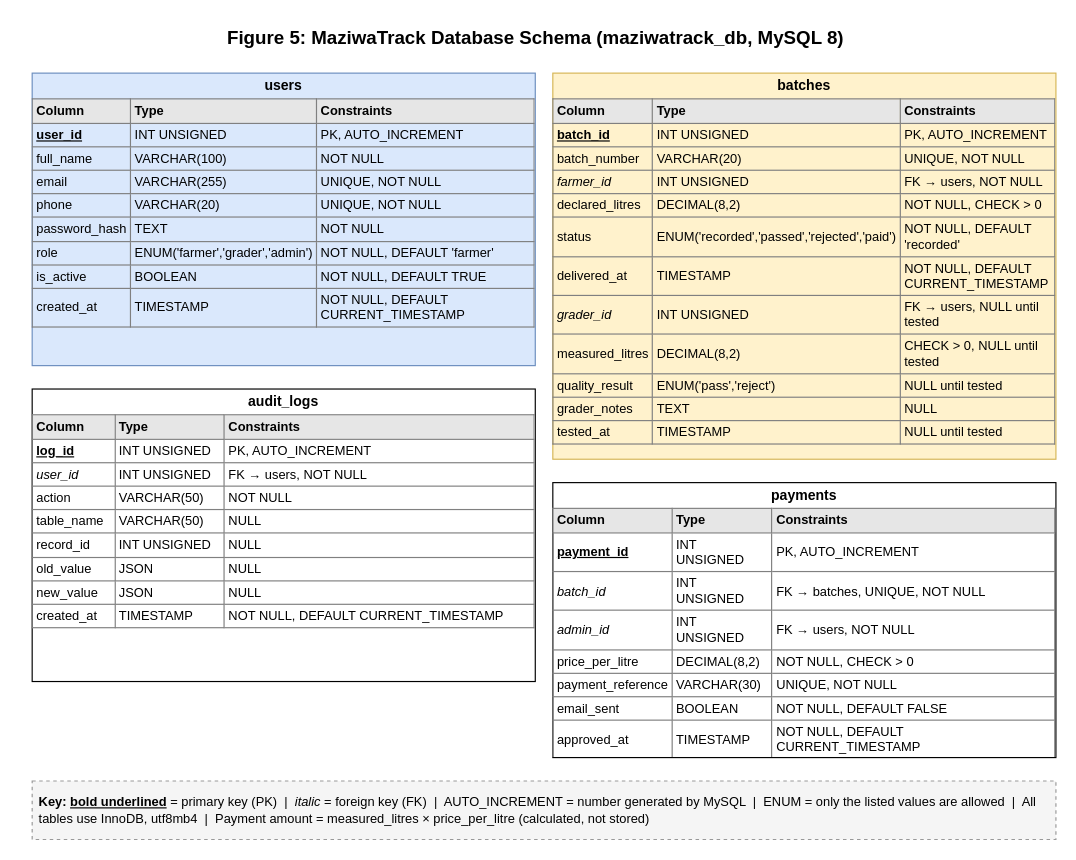
The draw.io diagram Diagrams/DB_Schema.drawio in Cs-Star-Korir/Maziwa_Track_IS, before the edit. Source tidied: cells renumbered, new cells numbered last; positions are measured from the earlier drawing's top-left corner, leaving out a move shared by most shapes. Both pictures are drawn from the tidied source at 117%, with x=0, y=0 at pixel (32, 20).
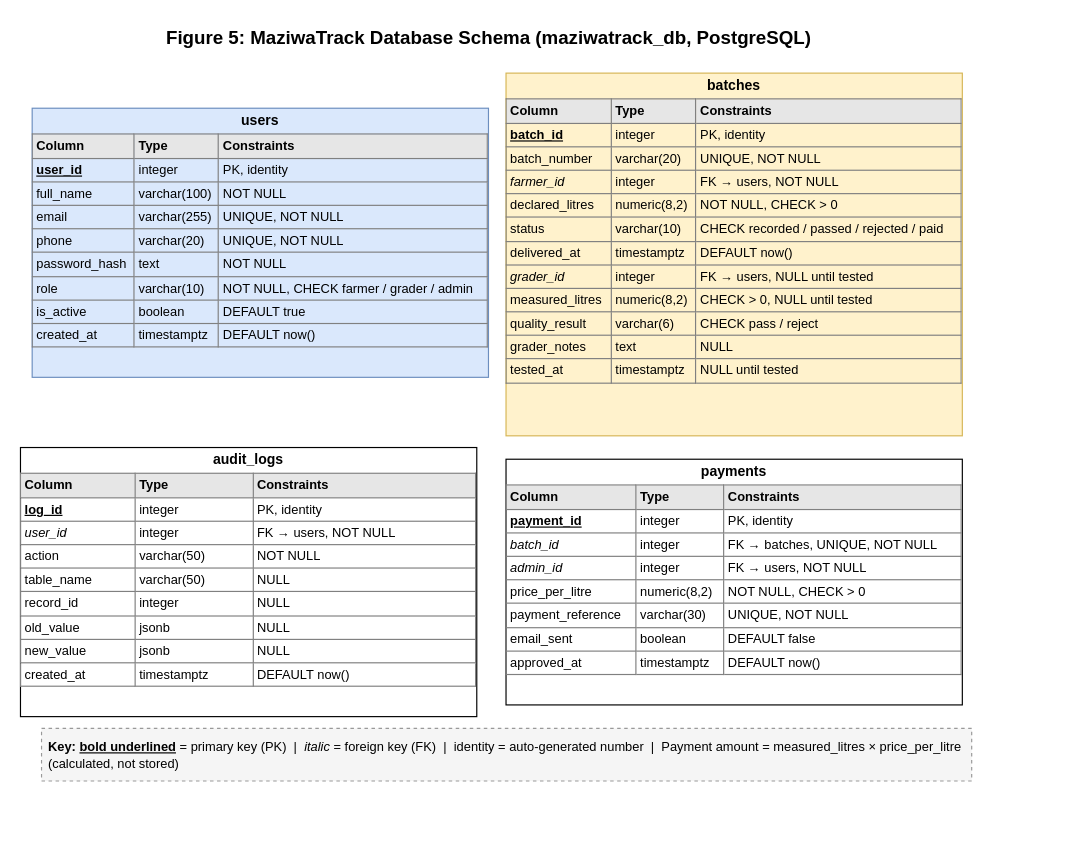
The same diagram, later.

Diff of the diagram source:
```diff
@@
 <mxGraphModel>
   <root>
     <mxCell id="0" />
     <mxCell id="1" parent="0" />
-    <mxCell id="2" style="group;" parent="1" vertex="1">
-      <mxGeometry width="875" height="700" as="geometry" />
-    </mxCell>
-    <mxCell id="3" value="Figure 5: MaziwaTrack Database Schema (maziwatrack_db, MySQL 8)" style="text;html=1;align=center;verticalAlign=middle;fontSize=16;fontStyle=1;" parent="2" vertex="1">
-      <mxGeometry x="110" width="640" height="30" as="geometry" />
+    <mxCell id="3" value="Figure 5: MaziwaTrack Database Schema (maziwatrack_db, PostgreSQL)" style="text;html=1;align=center;verticalAlign=middle;fontSize=16;fontStyle=1;" parent="1" vertex="1">
+      <mxGeometry x="80" width="620" height="30" as="geometry" />
     </mxCell>
-    <mxCell id="4" value="&lt;p style='margin:4px;text-align:center'&gt;&lt;b&gt;users&lt;/b&gt;&lt;/p&gt;&lt;table border='1' cellpadding='3' style='border-collapse:collapse;width:100%;font-size:11px'&gt;&lt;tr style='background:#e6e6e6'&gt;&lt;th align='left'&gt;Column&lt;/th&gt;&lt;th align='left'&gt;Type&lt;/th&gt;&lt;th align='left'&gt;Constraints&lt;/th&gt;&lt;/tr&gt;&lt;tr&gt;&lt;td&gt;&lt;b&gt;&lt;u&gt;user_id&lt;/u&gt;&lt;/b&gt;&lt;/td&gt;&lt;td&gt;INT UNSIGNED&lt;/td&gt;&lt;td&gt;PK, AUTO_INCREMENT&lt;/td&gt;&lt;/tr&gt;&lt;tr&gt;&lt;td&gt;full_name&lt;/td&gt;&lt;td&gt;VARCHAR(100)&lt;/td&gt;&lt;td&gt;NOT NULL&lt;/td&gt;&lt;/tr&gt;&lt;tr&gt;&lt;td&gt;email&lt;/td&gt;&lt;td&gt;VARCHAR(255)&lt;/td&gt;&lt;td&gt;UNIQUE, NOT NULL&lt;/td&gt;&lt;/tr&gt;&lt;tr&gt;&lt;td&gt;phone&lt;/td&gt;&lt;td&gt;VARCHAR(20)&lt;/td&gt;&lt;td&gt;UNIQUE, NOT NULL&lt;/td&gt;&lt;/tr&gt;&lt;tr&gt;&lt;td&gt;password_hash&lt;/td&gt;&lt;td&gt;TEXT&lt;/td&gt;&lt;td&gt;NOT NULL&lt;/td&gt;&lt;/tr&gt;&lt;tr&gt;&lt;td&gt;role&lt;/td&gt;&lt;td&gt;ENUM('farmer','grader','admin')&lt;/td&gt;&lt;td&gt;NOT NULL, DEFAULT 'farmer'&lt;/td&gt;&lt;/tr&gt;&lt;tr&gt;&lt;td&gt;is_active&lt;/td&gt;&lt;td&gt;BOOLEAN&lt;/td&gt;&lt;td&gt;NOT NULL, DEFAULT TRUE&lt;/td&gt;&lt;/tr&gt;&lt;tr&gt;&lt;td&gt;created_at&lt;/td&gt;&lt;td&gt;TIMESTAMP&lt;/td&gt;&lt;td&gt;NOT NULL, DEFAULT CURRENT_TIMESTAMP&lt;/td&gt;&lt;/tr&gt;&lt;/table&gt;" style="verticalAlign=top;align=left;overflow=fill;html=1;whiteSpace=wrap;fillColor=#dae8fc;strokeColor=#6c8ebf;" parent="2" vertex="1">
-      <mxGeometry y="45" width="430" height="250" as="geometry" />
+    <mxCell id="4" value="&lt;p style='margin:4px;text-align:center'&gt;&lt;b&gt;users&lt;/b&gt;&lt;/p&gt;&lt;table border='1' cellpadding='3' style='border-collapse:collapse;width:100%;font-size:11px'&gt;&lt;tr style='background:#e6e6e6'&gt;&lt;th align='left'&gt;Column&lt;/th&gt;&lt;th align='left'&gt;Type&lt;/th&gt;&lt;th align='left'&gt;Constraints&lt;/th&gt;&lt;/tr&gt;&lt;tr&gt;&lt;td&gt;&lt;b&gt;&lt;u&gt;user_id&lt;/u&gt;&lt;/b&gt;&lt;/td&gt;&lt;td&gt;integer&lt;/td&gt;&lt;td&gt;PK, identity&lt;/td&gt;&lt;/tr&gt;&lt;tr&gt;&lt;td&gt;full_name&lt;/td&gt;&lt;td&gt;varchar(100)&lt;/td&gt;&lt;td&gt;NOT NULL&lt;/td&gt;&lt;/tr&gt;&lt;tr&gt;&lt;td&gt;email&lt;/td&gt;&lt;td&gt;varchar(255)&lt;/td&gt;&lt;td&gt;UNIQUE, NOT NULL&lt;/td&gt;&lt;/tr&gt;&lt;tr&gt;&lt;td&gt;phone&lt;/td&gt;&lt;td&gt;varchar(20)&lt;/td&gt;&lt;td&gt;UNIQUE, NOT NULL&lt;/td&gt;&lt;/tr&gt;&lt;tr&gt;&lt;td&gt;password_hash&lt;/td&gt;&lt;td&gt;text&lt;/td&gt;&lt;td&gt;NOT NULL&lt;/td&gt;&lt;/tr&gt;&lt;tr&gt;&lt;td&gt;role&lt;/td&gt;&lt;td&gt;varchar(10)&lt;/td&gt;&lt;td&gt;NOT NULL, CHECK farmer / grader / admin&lt;/td&gt;&lt;/tr&gt;&lt;tr&gt;&lt;td&gt;is_active&lt;/td&gt;&lt;td&gt;boolean&lt;/td&gt;&lt;td&gt;DEFAULT true&lt;/td&gt;&lt;/tr&gt;&lt;tr&gt;&lt;td&gt;created_at&lt;/td&gt;&lt;td&gt;timestamptz&lt;/td&gt;&lt;td&gt;DEFAULT now()&lt;/td&gt;&lt;/tr&gt;&lt;/table&gt;" style="verticalAlign=top;align=left;overflow=fill;html=1;whiteSpace=wrap;fillColor=#dae8fc;strokeColor=#6c8ebf;" parent="1" vertex="1">
+      <mxGeometry y="75" width="390" height="230" as="geometry" />
     </mxCell>
-    <mxCell id="5" value="&lt;p style='margin:4px;text-align:center'&gt;&lt;b&gt;batches&lt;/b&gt;&lt;/p&gt;&lt;table border='1' cellpadding='3' style='border-collapse:collapse;width:100%;font-size:11px'&gt;&lt;tr style='background:#e6e6e6'&gt;&lt;th align='left'&gt;Column&lt;/th&gt;&lt;th align='left'&gt;Type&lt;/th&gt;&lt;th align='left'&gt;Constraints&lt;/th&gt;&lt;/tr&gt;&lt;tr&gt;&lt;td&gt;&lt;b&gt;&lt;u&gt;batch_id&lt;/u&gt;&lt;/b&gt;&lt;/td&gt;&lt;td&gt;INT UNSIGNED&lt;/td&gt;&lt;td&gt;PK, AUTO_INCREMENT&lt;/td&gt;&lt;/tr&gt;&lt;tr&gt;&lt;td&gt;batch_number&lt;/td&gt;&lt;td&gt;VARCHAR(20)&lt;/td&gt;&lt;td&gt;UNIQUE, NOT NULL&lt;/td&gt;&lt;/tr&gt;&lt;tr&gt;&lt;td&gt;&lt;i&gt;farmer_id&lt;/i&gt;&lt;/td&gt;&lt;td&gt;INT UNSIGNED&lt;/td&gt;&lt;td&gt;FK → users, NOT NULL&lt;/td&gt;&lt;/tr&gt;&lt;tr&gt;&lt;td&gt;declared_litres&lt;/td&gt;&lt;td&gt;DECIMAL(8,2)&lt;/td&gt;&lt;td&gt;NOT NULL, CHECK &amp;gt; 0&lt;/td&gt;&lt;/tr&gt;&lt;tr&gt;&lt;td&gt;status&lt;/td&gt;&lt;td&gt;ENUM('recorded','passed','rejected','paid')&lt;/td&gt;&lt;td&gt;NOT NULL, DEFAULT 'recorded'&lt;/td&gt;&lt;/tr&gt;&lt;tr&gt;&lt;td&gt;delivered_at&lt;/td&gt;&lt;td&gt;TIMESTAMP&lt;/td&gt;&lt;td&gt;NOT NULL, DEFAULT CURRENT_TIMESTAMP&lt;/td&gt;&lt;/tr&gt;&lt;tr&gt;&lt;td&gt;&lt;i&gt;grader_id&lt;/i&gt;&lt;/td&gt;&lt;td&gt;INT UNSIGNED&lt;/td&gt;&lt;td&gt;FK → users, NULL until tested&lt;/td&gt;&lt;/tr&gt;&lt;tr&gt;&lt;td&gt;measured_litres&lt;/td&gt;&lt;td&gt;DECIMAL(8,2)&lt;/td&gt;&lt;td&gt;CHECK &amp;gt; 0, NULL until tested&lt;/td&gt;&lt;/tr&gt;&lt;tr&gt;&lt;td&gt;quality_result&lt;/td&gt;&lt;td&gt;ENUM('pass','reject')&lt;/td&gt;&lt;td&gt;NULL until tested&lt;/td&gt;&lt;/tr&gt;&lt;tr&gt;&lt;td&gt;grader_notes&lt;/td&gt;&lt;td&gt;TEXT&lt;/td&gt;&lt;td&gt;NULL&lt;/td&gt;&lt;/tr&gt;&lt;tr&gt;&lt;td&gt;tested_at&lt;/td&gt;&lt;td&gt;TIMESTAMP&lt;/td&gt;&lt;td&gt;NULL until tested&lt;/td&gt;&lt;/tr&gt;&lt;/table&gt;" style="verticalAlign=top;align=left;overflow=fill;html=1;whiteSpace=wrap;fillColor=#fff2cc;strokeColor=#d6b656;" parent="2" vertex="1">
-      <mxGeometry x="445" y="45" width="430" height="330" as="geometry" />
+    <mxCell id="5" value="&lt;p style='margin:4px;text-align:center'&gt;&lt;b&gt;batches&lt;/b&gt;&lt;/p&gt;&lt;table border='1' cellpadding='3' style='border-collapse:collapse;width:100%;font-size:11px'&gt;&lt;tr style='background:#e6e6e6'&gt;&lt;th align='left'&gt;Column&lt;/th&gt;&lt;th align='left'&gt;Type&lt;/th&gt;&lt;th align='left'&gt;Constraints&lt;/th&gt;&lt;/tr&gt;&lt;tr&gt;&lt;td&gt;&lt;b&gt;&lt;u&gt;batch_id&lt;/u&gt;&lt;/b&gt;&lt;/td&gt;&lt;td&gt;integer&lt;/td&gt;&lt;td&gt;PK, identity&lt;/td&gt;&lt;/tr&gt;&lt;tr&gt;&lt;td&gt;batch_number&lt;/td&gt;&lt;td&gt;varchar(20)&lt;/td&gt;&lt;td&gt;UNIQUE, NOT NULL&lt;/td&gt;&lt;/tr&gt;&lt;tr&gt;&lt;td&gt;&lt;i&gt;farmer_id&lt;/i&gt;&lt;/td&gt;&lt;td&gt;integer&lt;/td&gt;&lt;td&gt;FK → users, NOT NULL&lt;/td&gt;&lt;/tr&gt;&lt;tr&gt;&lt;td&gt;declared_litres&lt;/td&gt;&lt;td&gt;numeric(8,2)&lt;/td&gt;&lt;td&gt;NOT NULL, CHECK &amp;gt; 0&lt;/td&gt;&lt;/tr&gt;&lt;tr&gt;&lt;td&gt;status&lt;/td&gt;&lt;td&gt;varchar(10)&lt;/td&gt;&lt;td&gt;CHECK recorded / passed / rejected / paid&lt;/td&gt;&lt;/tr&gt;&lt;tr&gt;&lt;td&gt;delivered_at&lt;/td&gt;&lt;td&gt;timestamptz&lt;/td&gt;&lt;td&gt;DEFAULT now()&lt;/td&gt;&lt;/tr&gt;&lt;tr&gt;&lt;td&gt;&lt;i&gt;grader_id&lt;/i&gt;&lt;/td&gt;&lt;td&gt;integer&lt;/td&gt;&lt;td&gt;FK → users, NULL until tested&lt;/td&gt;&lt;/tr&gt;&lt;tr&gt;&lt;td&gt;measured_litres&lt;/td&gt;&lt;td&gt;numeric(8,2)&lt;/td&gt;&lt;td&gt;CHECK &amp;gt; 0, NULL until tested&lt;/td&gt;&lt;/tr&gt;&lt;tr&gt;&lt;td&gt;quality_result&lt;/td&gt;&lt;td&gt;varchar(6)&lt;/td&gt;&lt;td&gt;CHECK pass / reject&lt;/td&gt;&lt;/tr&gt;&lt;tr&gt;&lt;td&gt;grader_notes&lt;/td&gt;&lt;td&gt;text&lt;/td&gt;&lt;td&gt;NULL&lt;/td&gt;&lt;/tr&gt;&lt;tr&gt;&lt;td&gt;tested_at&lt;/td&gt;&lt;td&gt;timestamptz&lt;/td&gt;&lt;td&gt;NULL until tested&lt;/td&gt;&lt;/tr&gt;&lt;/table&gt;" style="verticalAlign=top;align=left;overflow=fill;html=1;whiteSpace=wrap;fillColor=#fff2cc;strokeColor=#d6b656;" parent="1" vertex="1">
+      <mxGeometry x="405" y="45" width="390" height="310" as="geometry" />
     </mxCell>
-    <mxCell id="6" value="&lt;p style='margin:4px;text-align:center'&gt;&lt;b&gt;audit_logs&lt;/b&gt;&lt;/p&gt;&lt;table border='1' cellpadding='3' style='border-collapse:collapse;width:100%;font-size:11px'&gt;&lt;tr style='background:#e6e6e6'&gt;&lt;th align='left'&gt;Column&lt;/th&gt;&lt;th align='left'&gt;Type&lt;/th&gt;&lt;th align='left'&gt;Constraints&lt;/th&gt;&lt;/tr&gt;&lt;tr&gt;&lt;td&gt;&lt;b&gt;&lt;u&gt;log_id&lt;/u&gt;&lt;/b&gt;&lt;/td&gt;&lt;td&gt;INT UNSIGNED&lt;/td&gt;&lt;td&gt;PK, AUTO_INCREMENT&lt;/td&gt;&lt;/tr&gt;&lt;tr&gt;&lt;td&gt;&lt;i&gt;user_id&lt;/i&gt;&lt;/td&gt;&lt;td&gt;INT UNSIGNED&lt;/td&gt;&lt;td&gt;FK → users, NOT NULL&lt;/td&gt;&lt;/tr&gt;&lt;tr&gt;&lt;td&gt;action&lt;/td&gt;&lt;td&gt;VARCHAR(50)&lt;/td&gt;&lt;td&gt;NOT NULL&lt;/td&gt;&lt;/tr&gt;&lt;tr&gt;&lt;td&gt;table_name&lt;/td&gt;&lt;td&gt;VARCHAR(50)&lt;/td&gt;&lt;td&gt;NULL&lt;/td&gt;&lt;/tr&gt;&lt;tr&gt;&lt;td&gt;record_id&lt;/td&gt;&lt;td&gt;INT UNSIGNED&lt;/td&gt;&lt;td&gt;NULL&lt;/td&gt;&lt;/tr&gt;&lt;tr&gt;&lt;td&gt;old_value&lt;/td&gt;&lt;td&gt;JSON&lt;/td&gt;&lt;td&gt;NULL&lt;/td&gt;&lt;/tr&gt;&lt;tr&gt;&lt;td&gt;new_value&lt;/td&gt;&lt;td&gt;JSON&lt;/td&gt;&lt;td&gt;NULL&lt;/td&gt;&lt;/tr&gt;&lt;tr&gt;&lt;td&gt;created_at&lt;/td&gt;&lt;td&gt;TIMESTAMP&lt;/td&gt;&lt;td&gt;NOT NULL, DEFAULT CURRENT_TIMESTAMP&lt;/td&gt;&lt;/tr&gt;&lt;/table&gt;" style="verticalAlign=top;align=left;overflow=fill;html=1;whiteSpace=wrap;" parent="2" vertex="1">
-      <mxGeometry y="315" width="430" height="250" as="geometry" />
-    </mxCell>
+    <mxCell id="9" value="&lt;p style='margin:4px;text-align:center'&gt;&lt;b&gt;audit_logs&lt;/b&gt;&lt;/p&gt;&lt;table border='1' cellpadding='3' style='border-collapse:collapse;width:100%;font-size:11px'&gt;&lt;tr style='background:#e6e6e6'&gt;&lt;th align='left'&gt;Column&lt;/th&gt;&lt;th align='left'&gt;Type&lt;/th&gt;&lt;th align='left'&gt;Constraints&lt;/th&gt;&lt;/tr&gt;&lt;tr&gt;&lt;td&gt;&lt;b&gt;&lt;u&gt;log_id&lt;/u&gt;&lt;/b&gt;&lt;/td&gt;&lt;td&gt;integer&lt;/td&gt;&lt;td&gt;PK, identity&lt;/td&gt;&lt;/tr&gt;&lt;tr&gt;&lt;td&gt;&lt;i&gt;user_id&lt;/i&gt;&lt;/td&gt;&lt;td&gt;integer&lt;/td&gt;&lt;td&gt;FK → users, NOT NULL&lt;/td&gt;&lt;/tr&gt;&lt;tr&gt;&lt;td&gt;action&lt;/td&gt;&lt;td&gt;varchar(50)&lt;/td&gt;&lt;td&gt;NOT NULL&lt;/td&gt;&lt;/tr&gt;&lt;tr&gt;&lt;td&gt;table_name&lt;/td&gt;&lt;td&gt;varchar(50)&lt;/td&gt;&lt;td&gt;NULL&lt;/td&gt;&lt;/tr&gt;&lt;tr&gt;&lt;td&gt;record_id&lt;/td&gt;&lt;td&gt;integer&lt;/td&gt;&lt;td&gt;NULL&lt;/td&gt;&lt;/tr&gt;&lt;tr&gt;&lt;td&gt;old_value&lt;/td&gt;&lt;td&gt;jsonb&lt;/td&gt;&lt;td&gt;NULL&lt;/td&gt;&lt;/tr&gt;&lt;tr&gt;&lt;td&gt;new_value&lt;/td&gt;&lt;td&gt;jsonb&lt;/td&gt;&lt;td&gt;NULL&lt;/td&gt;&lt;/tr&gt;&lt;tr&gt;&lt;td&gt;created_at&lt;/td&gt;&lt;td&gt;timestamptz&lt;/td&gt;&lt;td&gt;DEFAULT now()&lt;/td&gt;&lt;/tr&gt;&lt;/table&gt;" style="verticalAlign=top;align=left;overflow=fill;html=1;whiteSpace=wrap;" parent="1" vertex="1">
+      <mxGeometry x="-10" y="365" width="390" height="230" as="geometry" />
+    </mxCell>
-    <mxCell id="7" value="&lt;p style='margin:4px;text-align:center'&gt;&lt;b&gt;payments&lt;/b&gt;&lt;/p&gt;&lt;table border='1' cellpadding='3' style='border-collapse:collapse;width:100%;font-size:11px'&gt;&lt;tr style='background:#e6e6e6'&gt;&lt;th align='left'&gt;Column&lt;/th&gt;&lt;th align='left'&gt;Type&lt;/th&gt;&lt;th align='left'&gt;Constraints&lt;/th&gt;&lt;/tr&gt;&lt;tr&gt;&lt;td&gt;&lt;b&gt;&lt;u&gt;payment_id&lt;/u&gt;&lt;/b&gt;&lt;/td&gt;&lt;td&gt;INT UNSIGNED&lt;/td&gt;&lt;td&gt;PK, AUTO_INCREMENT&lt;/td&gt;&lt;/tr&gt;&lt;tr&gt;&lt;td&gt;&lt;i&gt;batch_id&lt;/i&gt;&lt;/td&gt;&lt;td&gt;INT UNSIGNED&lt;/td&gt;&lt;td&gt;FK → batches, UNIQUE, NOT NULL&lt;/td&gt;&lt;/tr&gt;&lt;tr&gt;&lt;td&gt;&lt;i&gt;admin_id&lt;/i&gt;&lt;/td&gt;&lt;td&gt;INT UNSIGNED&lt;/td&gt;&lt;td&gt;FK → users, NOT NULL&lt;/td&gt;&lt;/tr&gt;&lt;tr&gt;&lt;td&gt;price_per_litre&lt;/td&gt;&lt;td&gt;DECIMAL(8,2)&lt;/td&gt;&lt;td&gt;NOT NULL, CHECK &amp;gt; 0&lt;/td&gt;&lt;/tr&gt;&lt;tr&gt;&lt;td&gt;payment_reference&lt;/td&gt;&lt;td&gt;VARCHAR(30)&lt;/td&gt;&lt;td&gt;UNIQUE, NOT NULL&lt;/td&gt;&lt;/tr&gt;&lt;tr&gt;&lt;td&gt;email_sent&lt;/td&gt;&lt;td&gt;BOOLEAN&lt;/td&gt;&lt;td&gt;NOT NULL, DEFAULT FALSE&lt;/td&gt;&lt;/tr&gt;&lt;tr&gt;&lt;td&gt;approved_at&lt;/td&gt;&lt;td&gt;TIMESTAMP&lt;/td&gt;&lt;td&gt;NOT NULL, DEFAULT CURRENT_TIMESTAMP&lt;/td&gt;&lt;/tr&gt;&lt;/table&gt;" style="verticalAlign=top;align=left;overflow=fill;html=1;whiteSpace=wrap;" parent="2" vertex="1">
-      <mxGeometry x="445" y="395" width="430" height="235" as="geometry" />
+    <mxCell id="7" value="&lt;p style='margin:4px;text-align:center'&gt;&lt;b&gt;payments&lt;/b&gt;&lt;/p&gt;&lt;table border='1' cellpadding='3' style='border-collapse:collapse;width:100%;font-size:11px'&gt;&lt;tr style='background:#e6e6e6'&gt;&lt;th align='left'&gt;Column&lt;/th&gt;&lt;th align='left'&gt;Type&lt;/th&gt;&lt;th align='left'&gt;Constraints&lt;/th&gt;&lt;/tr&gt;&lt;tr&gt;&lt;td&gt;&lt;b&gt;&lt;u&gt;payment_id&lt;/u&gt;&lt;/b&gt;&lt;/td&gt;&lt;td&gt;integer&lt;/td&gt;&lt;td&gt;PK, identity&lt;/td&gt;&lt;/tr&gt;&lt;tr&gt;&lt;td&gt;&lt;i&gt;batch_id&lt;/i&gt;&lt;/td&gt;&lt;td&gt;integer&lt;/td&gt;&lt;td&gt;FK → batches, UNIQUE, NOT NULL&lt;/td&gt;&lt;/tr&gt;&lt;tr&gt;&lt;td&gt;&lt;i&gt;admin_id&lt;/i&gt;&lt;/td&gt;&lt;td&gt;integer&lt;/td&gt;&lt;td&gt;FK → users, NOT NULL&lt;/td&gt;&lt;/tr&gt;&lt;tr&gt;&lt;td&gt;price_per_litre&lt;/td&gt;&lt;td&gt;numeric(8,2)&lt;/td&gt;&lt;td&gt;NOT NULL, CHECK &amp;gt; 0&lt;/td&gt;&lt;/tr&gt;&lt;tr&gt;&lt;td&gt;payment_reference&lt;/td&gt;&lt;td&gt;varchar(30)&lt;/td&gt;&lt;td&gt;UNIQUE, NOT NULL&lt;/td&gt;&lt;/tr&gt;&lt;tr&gt;&lt;td&gt;email_sent&lt;/td&gt;&lt;td&gt;boolean&lt;/td&gt;&lt;td&gt;DEFAULT false&lt;/td&gt;&lt;/tr&gt;&lt;tr&gt;&lt;td&gt;approved_at&lt;/td&gt;&lt;td&gt;timestamptz&lt;/td&gt;&lt;td&gt;DEFAULT now()&lt;/td&gt;&lt;/tr&gt;&lt;/table&gt;" style="verticalAlign=top;align=left;overflow=fill;html=1;whiteSpace=wrap;" parent="1" vertex="1">
+      <mxGeometry x="405" y="375" width="390" height="210" as="geometry" />
     </mxCell>
-    <mxCell id="8" value="&lt;b&gt;Key:&lt;/b&gt; &lt;b&gt;&lt;u&gt;bold underlined&lt;/u&gt;&lt;/b&gt; = primary key (PK) &amp;nbsp;|&amp;nbsp; &lt;i&gt;italic&lt;/i&gt; = foreign key (FK) &amp;nbsp;|&amp;nbsp; AUTO_INCREMENT = number generated by MySQL &amp;nbsp;|&amp;nbsp; ENUM = only the listed values are allowed &amp;nbsp;|&amp;nbsp; All tables use InnoDB, utf8mb4 &amp;nbsp;|&amp;nbsp; Payment amount = measured_litres × price_per_litre (calculated, not stored)" style="text;html=1;align=left;verticalAlign=middle;whiteSpace=wrap;fontSize=11;fillColor=#f5f5f5;strokeColor=#999999;dashed=1;spacing=6;" parent="2" vertex="1">
-      <mxGeometry y="650" width="875" height="50" as="geometry" />
+    <mxCell id="8" value="&lt;b&gt;Key:&lt;/b&gt; &lt;b&gt;&lt;u&gt;bold underlined&lt;/u&gt;&lt;/b&gt; = primary key (PK) &amp;nbsp;|&amp;nbsp; &lt;i&gt;italic&lt;/i&gt; = foreign key (FK) &amp;nbsp;|&amp;nbsp; identity = auto-generated number &amp;nbsp;|&amp;nbsp; Payment amount = measured_litres × price_per_litre (calculated, not stored)" style="text;html=1;align=left;verticalAlign=middle;whiteSpace=wrap;fontSize=11;fillColor=#f5f5f5;strokeColor=#999999;dashed=1;spacing=6;" parent="1" vertex="1">
+      <mxGeometry x="8" y="605" width="795" height="45" as="geometry" />
     </mxCell>
   </root>
 </mxGraphModel>
```
